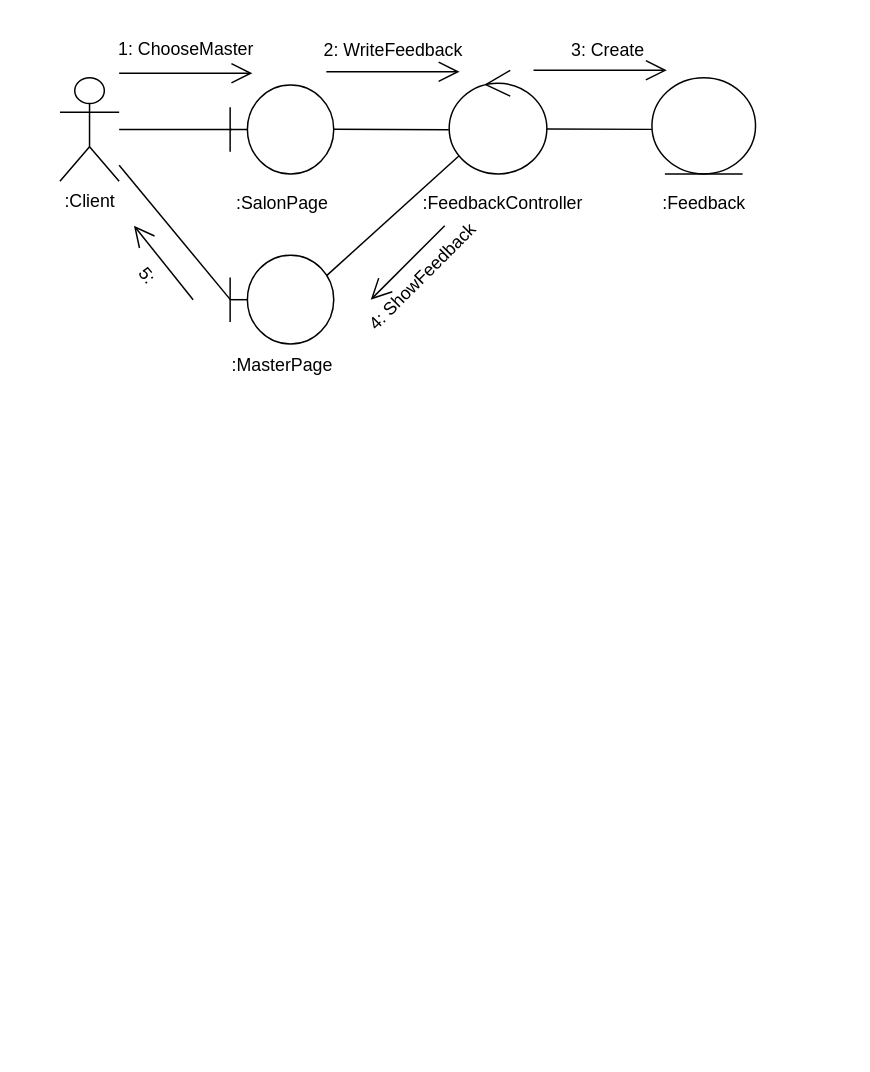
Artvell3000/umlLab2 keeps this draw.io diagram as Диаграмма анализа.drawio. Above is the earlier version. Source tidied: cells renumbered, new cells numbered last; positions are measured from the earlier drawing's top-left corner, leaving out a move shared by most shapes. Both pictures are drawn from the tidied source at 148%, with x=0, y=0 at pixel (59, 27).
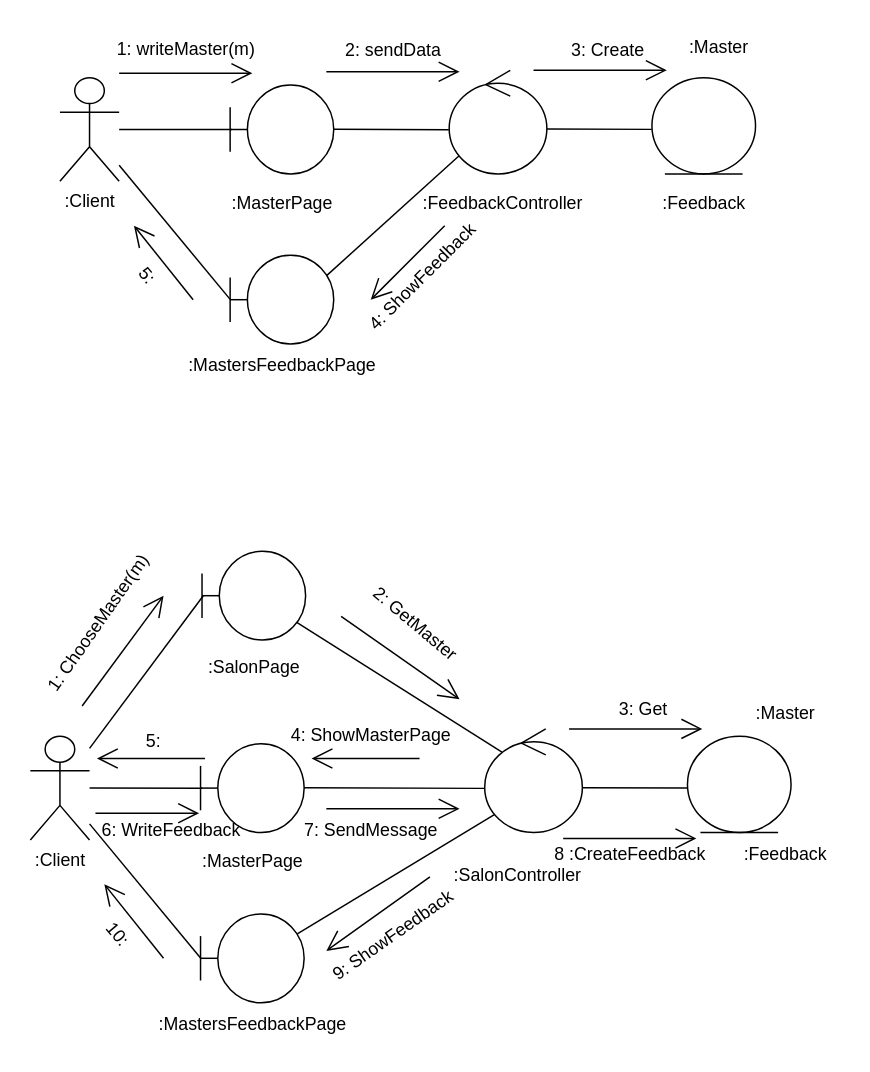
The same diagram, later.

What changed in the source:
```diff
@@
-    <mxCell id="8" value=":SalonPage" style="text;html=1;align=center;verticalAlign=middle;strokeColor=none;fillColor=none;" parent="1" vertex="1">
+    <mxCell id="8" value=":MasterPage" style="text;html=1;align=center;verticalAlign=middle;strokeColor=none;fillColor=none;" parent="1" vertex="1">
       <mxGeometry x="105" y="104" width="90" height="30" as="geometry" />
     </mxCell>
@@
-    <mxCell id="10" value="1: ChooseMaster" style="text;html=1;align=center;verticalAlign=middle;strokeColor=none;fillColor=none;" parent="1" vertex="1">
-      <mxGeometry x="30" width="110" height="30" as="geometry" />
+    <mxCell id="10" value="1: writeMaster(m)" style="text;html=1;align=center;verticalAlign=middle;strokeColor=none;fillColor=none;" parent="1" vertex="1">
+      <mxGeometry x="25" width="120" height="30" as="geometry" />
     </mxCell>
@@
-    <mxCell id="13" value="2: WriteFeedback" style="text;html=1;align=center;verticalAlign=middle;strokeColor=none;fillColor=none;" parent="1" vertex="1">
-      <mxGeometry x="165" y="1" width="120" height="30" as="geometry" />
+    <mxCell id="13" value="2: sendData" style="text;html=1;align=center;verticalAlign=middle;strokeColor=none;fillColor=none;" parent="1" vertex="1">
+      <mxGeometry x="180" y="1" width="90" height="30" as="geometry" />
     </mxCell>
@@
-    <mxCell id="19" value=":MasterPage" style="text;html=1;align=center;verticalAlign=middle;strokeColor=none;fillColor=none;" parent="1" vertex="1">
-      <mxGeometry x="105" y="214" width="90" height="30" as="geometry" />
+    <mxCell id="19" value=":MastersFeedbackPage" style="text;html=1;align=center;verticalAlign=middle;strokeColor=none;fillColor=none;" parent="1" vertex="1">
+      <mxGeometry x="75" y="214" width="150" height="30" as="geometry" />
     </mxCell>
@@
+    <mxCell id="26" value=":Master" style="text;html=1;align=center;verticalAlign=middle;strokeColor=none;fillColor=none;" parent="1" vertex="1">
+      <mxGeometry x="415" y="-1" width="60" height="30" as="geometry" />
+    </mxCell>
+    <mxCell id="27" value=":Client" style="shape=umlActor;verticalLabelPosition=bottom;verticalAlign=top;html=1;outlineConnect=0;" parent="1" vertex="1">
+      <mxGeometry x="-20" y="479" width="40" height="70" as="geometry" />
+    </mxCell>
+    <mxCell id="28" style="shape=umlBoundary;whiteSpace=wrap;html=1;" parent="1" vertex="1">
+      <mxGeometry x="95" y="484" width="70" height="60" as="geometry" />
+    </mxCell>
+    <mxCell id="29" style="ellipse;shape=umlControl;whiteSpace=wrap;html=1;" parent="1" vertex="1">
+      <mxGeometry x="287" y="474" width="66" height="70" as="geometry" />
+    </mxCell>
+    <mxCell id="30" value=":SalonController" style="text;html=1;align=center;verticalAlign=middle;strokeColor=none;fillColor=none;" parent="1" vertex="1">
+      <mxGeometry x="254" y="558" width="110" height="30" as="geometry" />
+    </mxCell>
+    <mxCell id="31" style="ellipse;shape=umlEntity;whiteSpace=wrap;html=1;" parent="1" vertex="1">
+      <mxGeometry x="424" y="479" width="70" height="65" as="geometry" />
+    </mxCell>
+    <mxCell id="32" value=":Feedback" style="text;html=1;align=center;verticalAlign=middle;strokeColor=none;fillColor=none;" parent="1" vertex="1">
+      <mxGeometry x="450" y="544" width="80" height="30" as="geometry" />
+    </mxCell>
+    <mxCell id="33" value=":MasterPage" style="text;html=1;align=center;verticalAlign=middle;strokeColor=none;fillColor=none;" parent="1" vertex="1">
+      <mxGeometry x="85" y="549" width="90" height="30" as="geometry" />
+    </mxCell>
+    <mxCell id="34" style="endArrow=none;html=1;rounded=0;entryX=0.017;entryY=0.501;entryDx=0;entryDy=0;entryPerimeter=0;" parent="1" edge="1" source="27" target="28">
+      <mxGeometry relative="1" as="geometry" />
+    </mxCell>
+    <mxCell id="35" style="endArrow=none;html=1;rounded=0;entryX=-0.004;entryY=0.574;entryDx=0;entryDy=0;entryPerimeter=0;" parent="1" edge="1" target="29">
+      <mxGeometry relative="1" as="geometry">
+        <mxPoint x="165" y="513.8" as="sourcePoint" />
+      </mxGeometry>
+    </mxCell>
+    <mxCell id="36" style="endArrow=none;html=1;rounded=0;entryX=-0.001;entryY=0.537;entryDx=0;entryDy=0;entryPerimeter=0;" parent="1" edge="1" target="31">
+      <mxGeometry relative="1" as="geometry">
+        <mxPoint x="353" y="513.7" as="sourcePoint" />
+      </mxGeometry>
+    </mxCell>
+    <mxCell id="37" style="endArrow=open;endFill=1;endSize=12;html=1;rounded=0;" parent="1" edge="1">
+      <mxGeometry relative="1" as="geometry">
+        <mxPoint x="344" y="474" as="sourcePoint" />
+        <mxPoint x="434" y="474" as="targetPoint" />
+      </mxGeometry>
+    </mxCell>
+    <mxCell id="38" value="3: Get" style="text;html=1;align=center;verticalAlign=middle;strokeColor=none;fillColor=none;" parent="1" vertex="1">
+      <mxGeometry x="364" y="446" width="60" height="30" as="geometry" />
+    </mxCell>
+    <mxCell id="39" style="shape=umlBoundary;whiteSpace=wrap;html=1;" parent="1" vertex="1">
+      <mxGeometry x="95" y="599" width="70" height="60" as="geometry" />
+    </mxCell>
+    <mxCell id="40" value=":MastersFeedbackPage" style="text;html=1;align=center;verticalAlign=middle;strokeColor=none;fillColor=none;" parent="1" vertex="1">
+      <mxGeometry x="55" y="659" width="150" height="30" as="geometry" />
+    </mxCell>
+    <mxCell id="41" style="endArrow=none;html=1;rounded=0;entryX=0.004;entryY=0.502;entryDx=0;entryDy=0;entryPerimeter=0;" parent="1" edge="1" source="27" target="39">
+      <mxGeometry relative="1" as="geometry" />
+    </mxCell>
+    <mxCell id="42" style="endArrow=none;html=1;rounded=0;entryX=0.099;entryY=0.827;entryDx=0;entryDy=0;entryPerimeter=0;exitX=0.934;exitY=0.226;exitDx=0;exitDy=0;exitPerimeter=0;" parent="1" edge="1" source="39" target="29">
+      <mxGeometry relative="1" as="geometry" />
+    </mxCell>
+    <mxCell id="43" style="endArrow=open;endFill=1;endSize=12;html=1;rounded=0;" parent="1" edge="1">
+      <mxGeometry relative="1" as="geometry">
+        <mxPoint x="250" y="574" as="sourcePoint" />
+        <mxPoint x="180" y="624" as="targetPoint" />
+      </mxGeometry>
+    </mxCell>
+    <mxCell id="44" value="9: ShowFeedback" style="text;html=1;align=center;verticalAlign=middle;strokeColor=none;fillColor=none;rotation=-35;" parent="1" vertex="1">
+      <mxGeometry x="165" y="599" width="120" height="30" as="geometry" />
+    </mxCell>
+    <mxCell id="45" value="10:&amp;nbsp;" style="text;html=1;align=center;verticalAlign=middle;strokeColor=none;fillColor=none;rotation=50;" parent="1" vertex="1">
+      <mxGeometry x="20" y="599" width="40" height="30" as="geometry" />
+    </mxCell>
+    <mxCell id="46" style="endArrow=open;endFill=1;endSize=12;html=1;rounded=0;" parent="1" edge="1">
+      <mxGeometry relative="1" as="geometry">
+        <mxPoint x="70" y="629" as="sourcePoint" />
+        <mxPoint x="30" y="579" as="targetPoint" />
+      </mxGeometry>
+    </mxCell>
+    <mxCell id="47" value=":Master" style="text;html=1;align=center;verticalAlign=middle;strokeColor=none;fillColor=none;" parent="1" vertex="1">
+      <mxGeometry x="460" y="449" width="60" height="30" as="geometry" />
+    </mxCell>
+    <mxCell id="48" style="shape=umlBoundary;whiteSpace=wrap;html=1;" parent="1" vertex="1">
+      <mxGeometry x="96" y="354" width="70" height="60" as="geometry" />
+    </mxCell>
+    <mxCell id="49" style="endArrow=none;html=1;rounded=0;entryX=0.177;entryY=0.224;entryDx=0;entryDy=0;entryPerimeter=0;exitX=0.914;exitY=0.8;exitDx=0;exitDy=0;exitPerimeter=0;" parent="1" edge="1" source="48" target="29">
+      <mxGeometry relative="1" as="geometry" />
+    </mxCell>
+    <mxCell id="50" style="endArrow=none;html=1;rounded=0;entryX=0.014;entryY=0.498;entryDx=0;entryDy=0;entryPerimeter=0;" parent="1" edge="1" source="27" target="48">
+      <mxGeometry relative="1" as="geometry" />
+    </mxCell>
+    <mxCell id="51" style="endArrow=open;endFill=1;endSize=12;html=1;rounded=0;" parent="1" edge="1">
+      <mxGeometry relative="1" as="geometry">
+        <mxPoint x="15" y="458.5" as="sourcePoint" />
+        <mxPoint x="70" y="384" as="targetPoint" />
+      </mxGeometry>
+    </mxCell>
+    <mxCell id="52" value="1: ChooseMaster(m)" style="text;html=1;align=center;verticalAlign=middle;strokeColor=none;fillColor=none;rotation=-55;" parent="1" vertex="1">
+      <mxGeometry x="-39" y="388" width="130" height="30" as="geometry" />
+    </mxCell>
+    <mxCell id="53" style="endArrow=open;endFill=1;endSize=12;html=1;rounded=0;" parent="1" edge="1">
+      <mxGeometry relative="1" as="geometry">
+        <mxPoint x="190" y="398" as="sourcePoint" />
+        <mxPoint x="270" y="454" as="targetPoint" />
+      </mxGeometry>
+    </mxCell>
+    <mxCell id="54" value=":SalonPage" style="text;html=1;align=center;verticalAlign=middle;strokeColor=none;fillColor=none;" parent="1" vertex="1">
+      <mxGeometry x="86" y="418" width="90" height="30" as="geometry" />
+    </mxCell>
+    <mxCell id="55" value="2: GetMaster" style="text;html=1;align=center;verticalAlign=middle;strokeColor=none;fillColor=none;rotation=40;" parent="1" vertex="1">
+      <mxGeometry x="195" y="388" width="90" height="30" as="geometry" />
+    </mxCell>
+    <mxCell id="56" style="endArrow=open;endFill=1;endSize=12;html=1;rounded=0;" parent="1" edge="1">
+      <mxGeometry relative="1" as="geometry">
+        <mxPoint x="243" y="494" as="sourcePoint" />
+        <mxPoint x="170" y="494" as="targetPoint" />
+      </mxGeometry>
+    </mxCell>
+    <mxCell id="57" value="4: ShowMasterPage" style="text;html=1;align=center;verticalAlign=middle;strokeColor=none;fillColor=none;" parent="1" vertex="1">
+      <mxGeometry x="145" y="464" width="130" height="30" as="geometry" />
+    </mxCell>
+    <mxCell id="58" style="endArrow=open;endFill=1;endSize=12;html=1;rounded=0;" parent="1" edge="1">
+      <mxGeometry relative="1" as="geometry">
+        <mxPoint x="98" y="494" as="sourcePoint" />
+        <mxPoint x="25" y="494" as="targetPoint" />
+      </mxGeometry>
+    </mxCell>
+    <mxCell id="59" value="5:" style="text;html=1;align=center;verticalAlign=middle;strokeColor=none;fillColor=none;" parent="1" vertex="1">
+      <mxGeometry x="48" y="468" width="30" height="30" as="geometry" />
+    </mxCell>
+    <mxCell id="60" style="endArrow=open;endFill=1;endSize=12;html=1;rounded=0;" parent="1" edge="1">
+      <mxGeometry relative="1" as="geometry">
+        <mxPoint x="24" y="531" as="sourcePoint" />
+        <mxPoint x="94" y="531" as="targetPoint" />
+      </mxGeometry>
+    </mxCell>
+    <mxCell id="61" value="6: WriteFeedback&lt;br&gt;" style="text;html=1;align=center;verticalAlign=middle;strokeColor=none;fillColor=none;" parent="1" vertex="1">
+      <mxGeometry x="15" y="528" width="120" height="30" as="geometry" />
+    </mxCell>
+    <mxCell id="62" style="endArrow=open;endFill=1;endSize=12;html=1;rounded=0;" parent="1" edge="1">
+      <mxGeometry relative="1" as="geometry">
+        <mxPoint x="180" y="528" as="sourcePoint" />
+        <mxPoint x="270" y="528" as="targetPoint" />
+      </mxGeometry>
+    </mxCell>
+    <mxCell id="63" value="7: SendMessage" style="text;html=1;align=center;verticalAlign=middle;strokeColor=none;fillColor=none;" parent="1" vertex="1">
+      <mxGeometry x="155" y="528" width="110" height="30" as="geometry" />
+    </mxCell>
+    <mxCell id="64" style="endArrow=open;endFill=1;endSize=12;html=1;rounded=0;" parent="1" edge="1">
+      <mxGeometry relative="1" as="geometry">
+        <mxPoint x="340" y="548" as="sourcePoint" />
+        <mxPoint x="430" y="548" as="targetPoint" />
+      </mxGeometry>
+    </mxCell>
+    <mxCell id="65" value="8 :CreateFeedback" style="text;html=1;align=center;verticalAlign=middle;strokeColor=none;fillColor=none;" parent="1" vertex="1">
+      <mxGeometry x="320" y="544" width="130" height="30" as="geometry" />
+    </mxCell>
```
